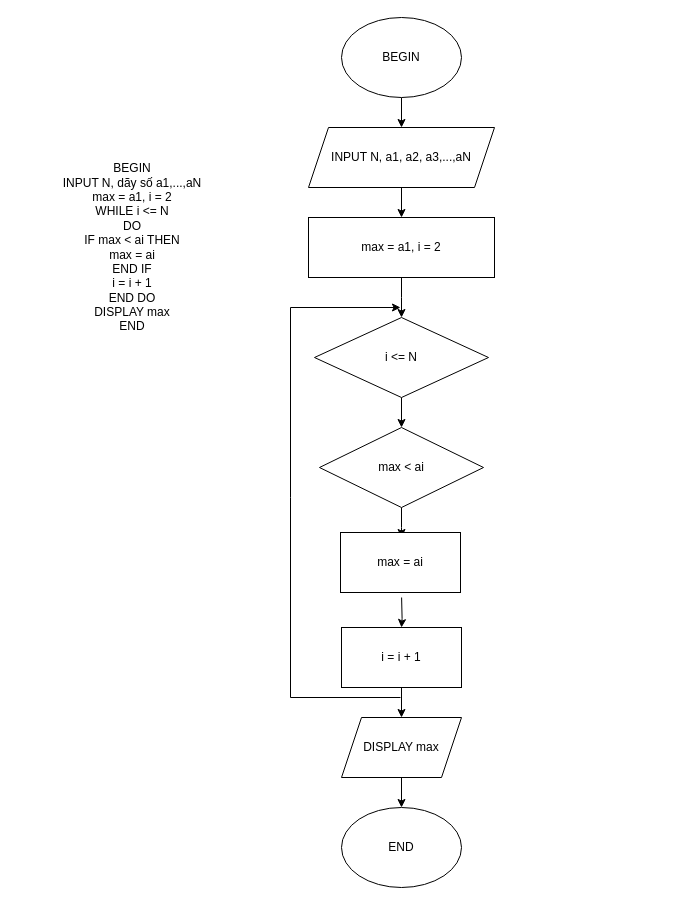
DanHuy77/C0722G1-DangNhatHuy keeps this draw.io diagram as ss3_ma_gia_luu_do/thuattoantimsolonnhattrongdayso.drawio. Above is the earlier version. Source tidied: cells renumbered, new cells numbered last; positions are measured from the earlier drawing's top-left corner, leaving out a move shared by most shapes. Both pictures are drawn from the tidied source at 100%, with x=0, y=0 at pixel (17, 17).
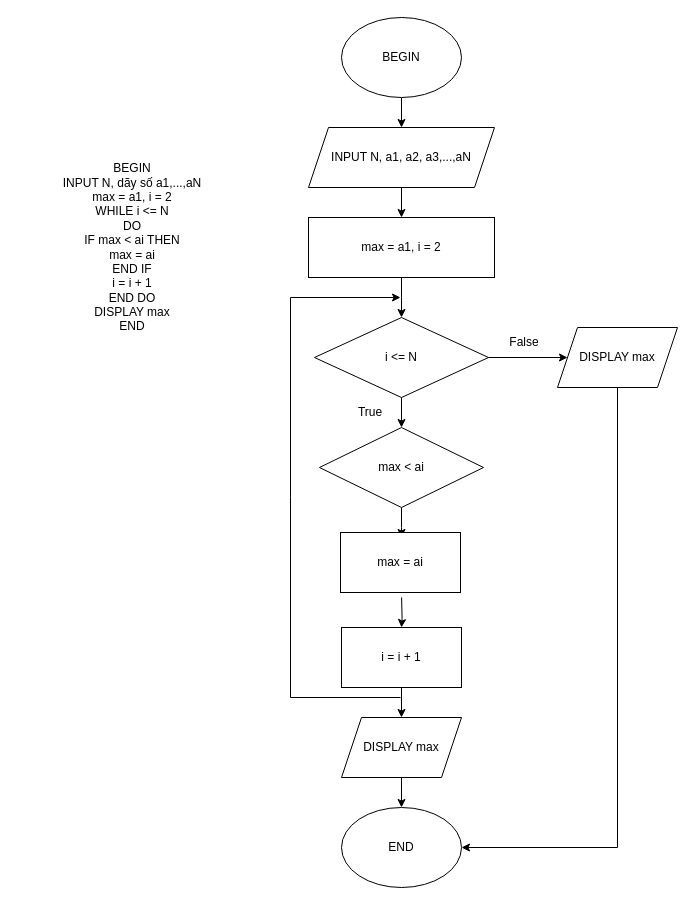
The same diagram, later.

Unchanged cells that the change refers to:
```xml
<mxCell id="10" value="i &amp;lt;= N" style="rhombus;whiteSpace=wrap;html=1;" parent="1" vertex="1">
  <mxGeometry x="297" y="300" width="174" height="80" as="geometry" />
</mxCell>
<mxCell id="18" value="END" style="ellipse;whiteSpace=wrap;html=1;" parent="1" vertex="1">
  <mxGeometry x="324" y="790" width="120" height="80" as="geometry" />
</mxCell>
```

The edit, as a diff of the source:
```diff
@@
+    <mxCell id="21" style="edgeStyle=orthogonalEdgeStyle;rounded=0;jettySize=auto;html=1;" parent="1" edge="1" source="10" target="23">
+      <mxGeometry relative="1" as="geometry" />
+    </mxCell>
@@
     <mxCell id="20" style="endArrow=classic;html=1;rounded=0;" parent="1" edge="1">
       <mxGeometry relative="1" as="geometry">
         <mxPoint x="383" y="680" as="sourcePoint" />
-        <mxPoint x="383" y="290" as="targetPoint" />
+        <mxPoint x="383" y="280" as="targetPoint" />
         <Array as="points">
           <mxPoint x="273" y="680" />
           <mxPoint x="273" y="480" />
-          <mxPoint x="273" y="290" />
+          <mxPoint x="273" y="280" />
         </Array>
       </mxGeometry>
     </mxCell>
+    <mxCell id="22" style="edgeStyle=orthogonalEdgeStyle;rounded=0;jettySize=auto;html=1;entryX=1;entryY=0.5;entryDx=0;entryDy=0;" parent="1" edge="1" source="23" target="18">
+      <mxGeometry relative="1" as="geometry">
+        <Array as="points">
+          <mxPoint x="600" y="830" />
+        </Array>
+      </mxGeometry>
+    </mxCell>
+    <mxCell id="23" value="DISPLAY max" style="shape=parallelogram;perimeter=parallelogramPerimeter;whiteSpace=wrap;html=1;fixedSize=1;" parent="1" vertex="1">
+      <mxGeometry x="540" y="310" width="120" height="60" as="geometry" />
+    </mxCell>
+    <mxCell id="24" value="False" style="text;html=1;strokeColor=none;fillColor=none;align=center;verticalAlign=middle;whiteSpace=wrap;rounded=0;" parent="1" vertex="1">
+      <mxGeometry x="477" y="310" width="60" height="30" as="geometry" />
+    </mxCell>
+    <mxCell id="25" value="True" style="text;html=1;strokeColor=none;fillColor=none;align=center;verticalAlign=middle;whiteSpace=wrap;rounded=0;" parent="1" vertex="1">
+      <mxGeometry x="323" y="380" width="60" height="30" as="geometry" />
+    </mxCell>
```
